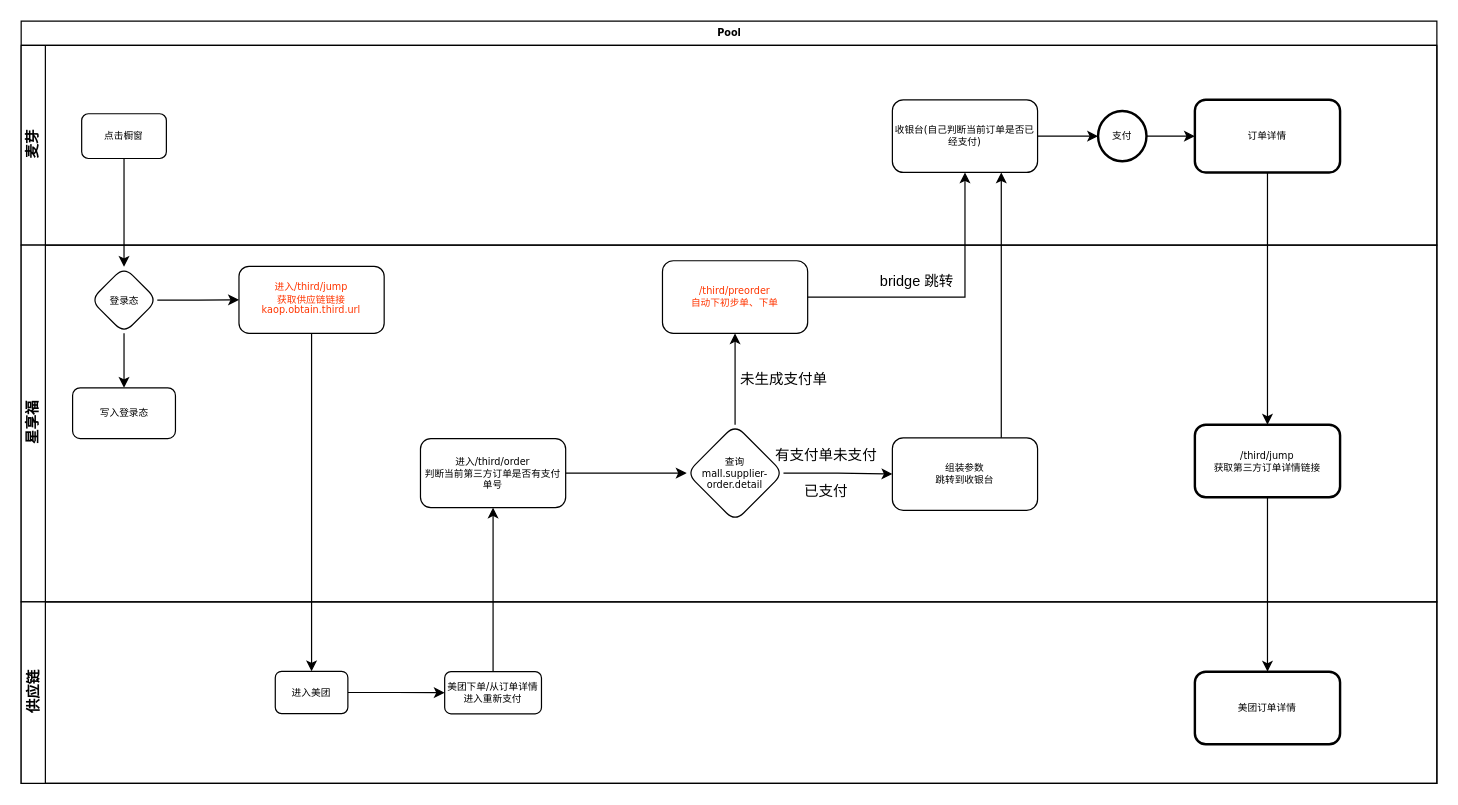
light8176/demo keeps this draw.io diagram as 麦芽对接-第三方.drawio. Above is the earlier version. Source tidied: cells renumbered, new cells numbered last; positions are measured from the earlier drawing's top-left corner, leaving out a move shared by most shapes. Both pictures are drawn from the tidied source at 121%, with x=0, y=0 at pixel (21, 21).
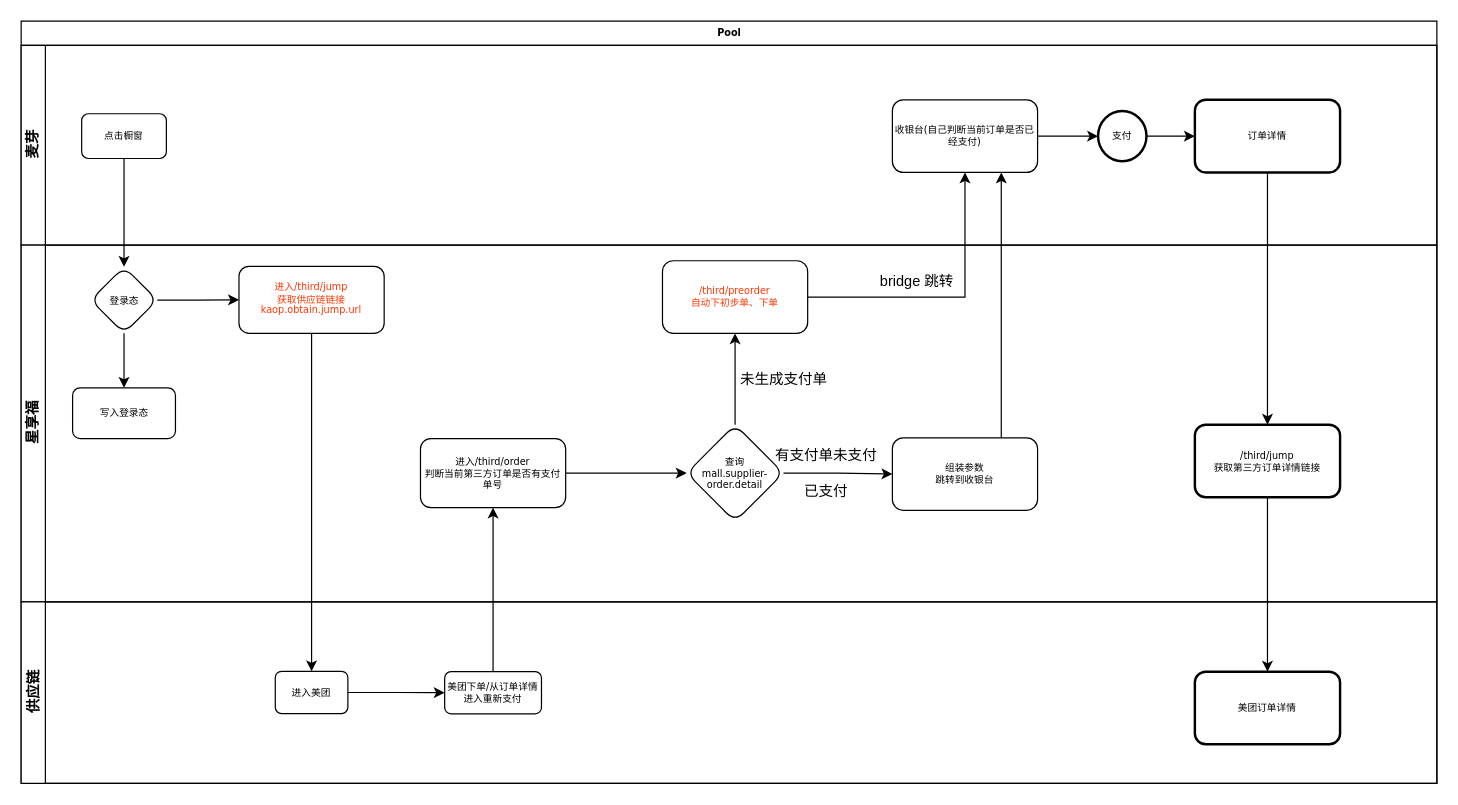
The same diagram, later.

Commit message:
Update 麦芽对接-第三方.drawio

Unchanged cells that the change refers to:
```xml
<mxCell id="11" value="星享福" style="swimlane;html=1;startSize=20;horizontal=0;" parent="2" vertex="1">
  <mxGeometry y="185" width="1170" height="295" as="geometry" />
</mxCell>
```

The edit, as a diff of the source:
```diff
@@
-    <mxCell id="16" value="&lt;font color=&quot;#ff3500&quot;&gt;进入/third/jump&lt;br&gt;获取供应链链接&lt;br&gt;kaop.obtain.third.url&lt;/font&gt;" style="whiteSpace=wrap;html=1;fontSize=8;fontFamily=Verdana;rounded=1;shadow=0;labelBackgroundColor=none;strokeWidth=1;" parent="11" vertex="1">
+    <mxCell id="16" value="&lt;font color=&quot;#ff3500&quot;&gt;进入/third/jump&lt;br&gt;获取供应链链接&lt;br&gt;kaop.obtain.jump.url&lt;/font&gt;" style="whiteSpace=wrap;html=1;fontSize=8;fontFamily=Verdana;rounded=1;shadow=0;labelBackgroundColor=none;strokeWidth=1;" parent="11" vertex="1">
       <mxGeometry x="180" y="17.6" width="120" height="55.4" as="geometry" />
     </mxCell>
```
